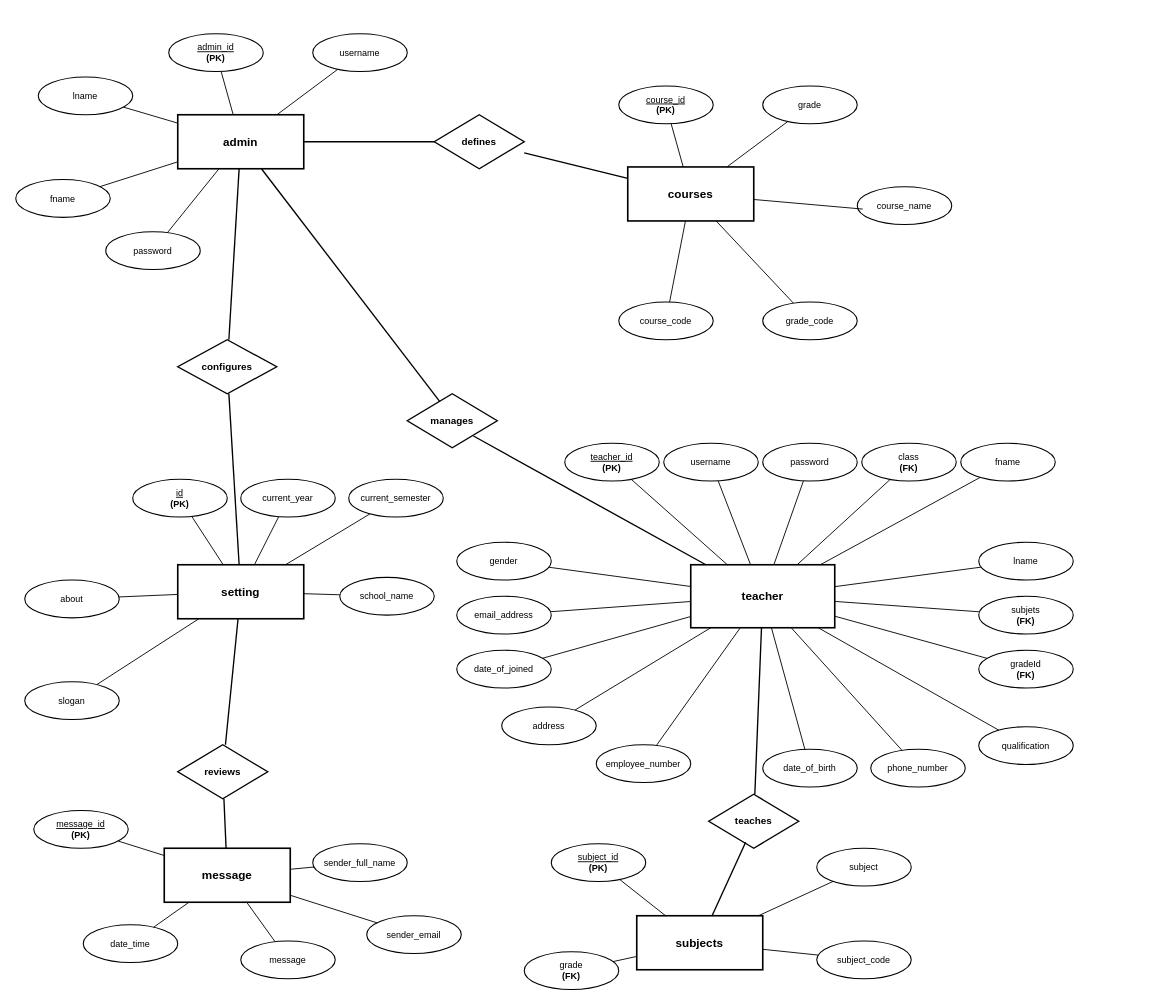
Before: admin_teacher.drawio in aman2910sm-code/schoole, a draw.io diagram. Source tidied: cells renumbered, new cells numbered last; positions are measured from the earlier drawing's top-left corner, leaving out a move shared by most shapes. Both pictures are drawn from the tidied source at 90%, with x=0, y=0 at pixel (15, 33).
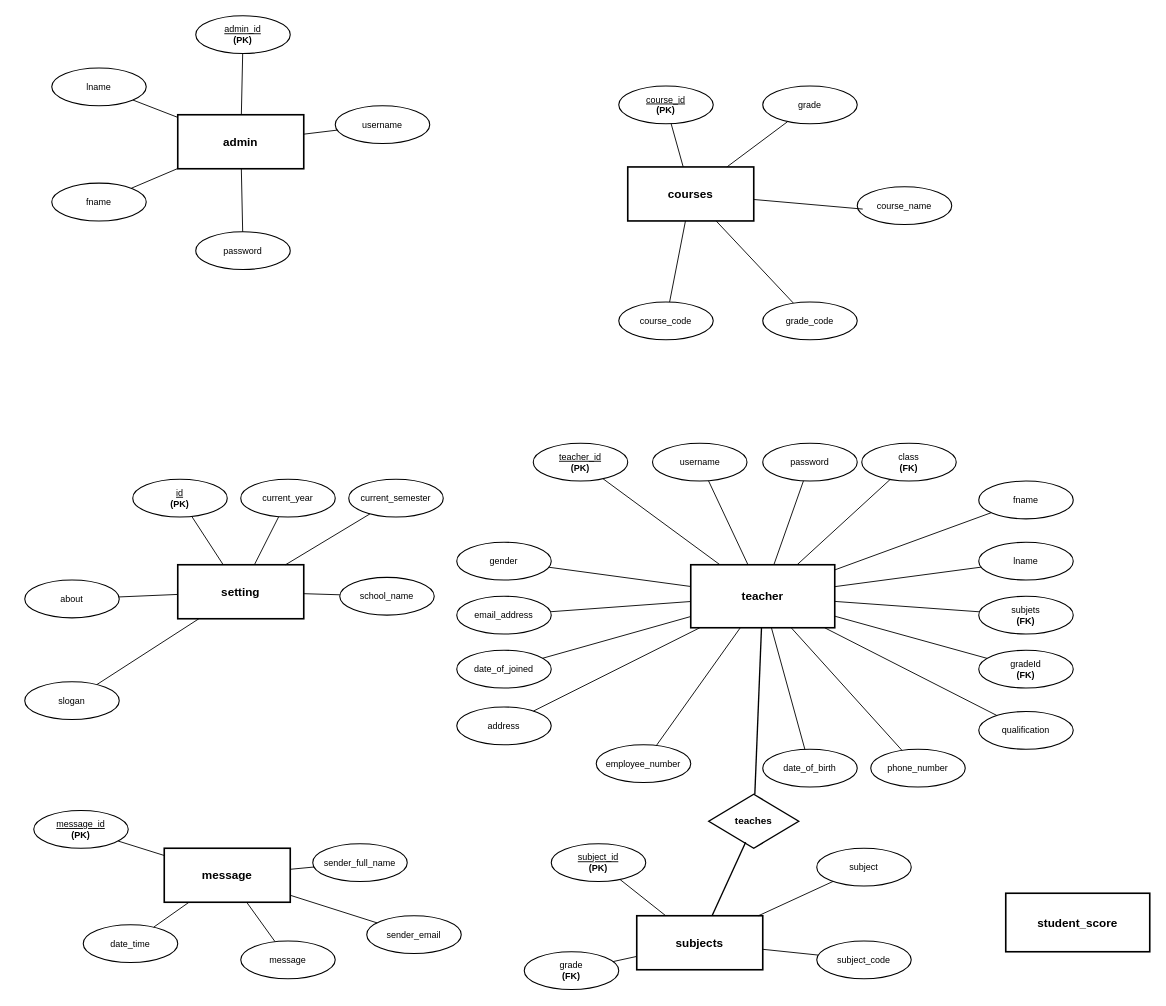
The same page after the edit.

Unchanged cells that the change refers to:
```xml
<mxCell id="2" value="&lt;b&gt;admin&lt;/b&gt;" style="rounded=0;whiteSpace=wrap;html=1;fillColor=#FFFFFF;strokeColor=#000000;strokeWidth=1.8;fontColor=#000000;fontSize=13;fontStyle=1;align=center;verticalAlign=middle;" parent="1" vertex="1">
  <mxGeometry x="180" y="90" width="140" height="60" as="geometry" />
</mxCell>
<mxCell id="13" value="&lt;b&gt;setting&lt;/b&gt;" style="rounded=0;whiteSpace=wrap;html=1;fillColor=#FFFFFF;strokeColor=#000000;strokeWidth=1.8;fontColor=#000000;fontSize=13;fontStyle=1;align=center;verticalAlign=middle;" parent="1" vertex="1">
  <mxGeometry x="180" y="590" width="140" height="60" as="geometry" />
</mxCell>
<mxCell id="26" value="&lt;b&gt;message&lt;/b&gt;" style="rounded=0;whiteSpace=wrap;html=1;fillColor=#FFFFFF;strokeColor=#000000;strokeWidth=1.8;fontColor=#000000;fontSize=13;fontStyle=1;align=center;verticalAlign=middle;" parent="1" vertex="1">
  <mxGeometry x="165" y="905" width="140" height="60" as="geometry" />
</mxCell>
<mxCell id="37" value="&lt;b&gt;courses&lt;/b&gt;" style="rounded=0;whiteSpace=wrap;html=1;fillColor=#FFFFFF;strokeColor=#000000;strokeWidth=1.8;fontColor=#000000;fontSize=13;fontStyle=1;align=center;verticalAlign=middle;" parent="1" vertex="1">
  <mxGeometry x="680" y="148" width="140" height="60" as="geometry" />
</mxCell>
<mxCell id="48" value="&lt;b&gt;teacher&lt;/b&gt;" style="rounded=0;whiteSpace=wrap;html=1;fillColor=#FFFFFF;strokeColor=#000000;strokeWidth=1.8;fontColor=#000000;fontSize=13;fontStyle=1;align=center;verticalAlign=middle;" parent="1" vertex="1">
  <mxGeometry x="750" y="590" width="160" height="70" as="geometry" />
</mxCell>
<mxCell id="81" value="&lt;b&gt;subjects&lt;/b&gt;" style="rounded=0;whiteSpace=wrap;html=1;fillColor=#FFFFFF;strokeColor=#000000;strokeWidth=1.8;fontColor=#000000;fontSize=13;fontStyle=1;align=center;verticalAlign=middle;" parent="1" vertex="1">
  <mxGeometry x="690" y="980" width="140" height="60" as="geometry" />
</mxCell>
```

Change to the diagram source:
```diff
@@
     <mxCell id="3" value="&lt;u&gt;admin_id&lt;/u&gt;&lt;br/&gt;&lt;b&gt;(PK)&lt;/b&gt;" style="ellipse;whiteSpace=wrap;html=1;fillColor=#FFFFFF;strokeColor=#000000;strokeWidth=1.2;fontColor=#000000;fontSize=10;align=center;verticalAlign=middle;" parent="1" vertex="1">
-      <mxGeometry x="170" width="105" height="42" as="geometry" />
+      <mxGeometry x="200" y="-20" width="105" height="42" as="geometry" />
     </mxCell>
@@
     <mxCell id="5" value="username" style="ellipse;whiteSpace=wrap;html=1;fillColor=#FFFFFF;strokeColor=#000000;strokeWidth=1.2;fontColor=#000000;fontSize=10;align=center;verticalAlign=middle;" parent="1" vertex="1">
-      <mxGeometry x="330" width="105" height="42" as="geometry" />
+      <mxGeometry x="355" y="80" width="105" height="42" as="geometry" />
     </mxCell>
@@
     <mxCell id="7" value="password" style="ellipse;whiteSpace=wrap;html=1;fillColor=#FFFFFF;strokeColor=#000000;strokeWidth=1.2;fontColor=#000000;fontSize=10;align=center;verticalAlign=middle;" parent="1" vertex="1">
-      <mxGeometry x="100" y="220" width="105" height="42" as="geometry" />
+      <mxGeometry x="200" y="220" width="105" height="42" as="geometry" />
     </mxCell>
@@
     <mxCell id="9" value="fname" style="ellipse;whiteSpace=wrap;html=1;fillColor=#FFFFFF;strokeColor=#000000;strokeWidth=1.2;fontColor=#000000;fontSize=10;align=center;verticalAlign=middle;" parent="1" vertex="1">
-      <mxGeometry y="162" width="105" height="42" as="geometry" />
+      <mxGeometry x="40" y="166" width="105" height="42" as="geometry" />
     </mxCell>
@@
     <mxCell id="11" value="lname" style="ellipse;whiteSpace=wrap;html=1;fillColor=#FFFFFF;strokeColor=#000000;strokeWidth=1.2;fontColor=#000000;fontSize=10;align=center;verticalAlign=middle;" parent="1" vertex="1">
-      <mxGeometry x="25" y="48" width="105" height="42" as="geometry" />
+      <mxGeometry x="40" y="38" width="105" height="42" as="geometry" />
     </mxCell>
@@
     <mxCell id="49" value="&lt;u&gt;teacher_id&lt;/u&gt;&lt;br/&gt;&lt;b&gt;(PK)&lt;/b&gt;" style="ellipse;whiteSpace=wrap;html=1;fillColor=#FFFFFF;strokeColor=#000000;strokeWidth=1.2;fontColor=#000000;fontSize=10;align=center;verticalAlign=middle;" parent="1" vertex="1">
-      <mxGeometry x="610" y="455" width="105" height="42" as="geometry" />
+      <mxGeometry x="575" y="455" width="105" height="42" as="geometry" />
     </mxCell>
@@
     <mxCell id="51" value="username" style="ellipse;whiteSpace=wrap;html=1;fillColor=#FFFFFF;strokeColor=#000000;strokeWidth=1.2;fontColor=#000000;fontSize=10;align=center;verticalAlign=middle;" parent="1" vertex="1">
-      <mxGeometry x="720" y="455" width="105" height="42" as="geometry" />
+      <mxGeometry x="707.5" y="455" width="105" height="42" as="geometry" />
     </mxCell>
@@
     <mxCell id="57" value="fname" style="ellipse;whiteSpace=wrap;html=1;fillColor=#FFFFFF;strokeColor=#000000;strokeWidth=1.2;fontColor=#000000;fontSize=10;align=center;verticalAlign=middle;" parent="1" vertex="1">
-      <mxGeometry x="1050" y="455" width="105" height="42" as="geometry" />
+      <mxGeometry x="1070" y="497" width="105" height="42" as="geometry" />
     </mxCell>
@@
     <mxCell id="65" value="address" style="ellipse;whiteSpace=wrap;html=1;fillColor=#FFFFFF;strokeColor=#000000;strokeWidth=1.2;fontColor=#000000;fontSize=10;align=center;verticalAlign=middle;" parent="1" vertex="1">
-      <mxGeometry x="540" y="748" width="105" height="42" as="geometry" />
+      <mxGeometry x="490" y="748" width="105" height="42" as="geometry" />
     </mxCell>
@@
     <mxCell id="73" value="qualification" style="ellipse;whiteSpace=wrap;html=1;fillColor=#FFFFFF;strokeColor=#000000;strokeWidth=1.2;fontColor=#000000;fontSize=10;align=center;verticalAlign=middle;" parent="1" vertex="1">
-      <mxGeometry x="1070" y="770" width="105" height="42" as="geometry" />
+      <mxGeometry x="1070" y="753" width="105" height="42" as="geometry" />
     </mxCell>
@@
-    <mxCell id="82" value="&lt;u&gt;subject_id&lt;/u&gt;&lt;br/&gt;&lt;b&gt;(PK)&lt;/b&gt;" style="ellipse;whiteSpace=wrap;html=1;fillColor=#FFFFFF;strokeColor=#000000;strokeWidth=1.2;fontColor=#000000;fontSize=10;align=center;verticalAlign=middle;" parent="1" vertex="1">
-      <mxGeometry x="595" y="900" width="105" height="42" as="geometry" />
-    </mxCell>
-    <mxCell id="83" style="edgeStyle=none;rounded=0;html=1;endArrow=none;strokeColor=#000000;strokeWidth=1;" parent="1" edge="1" source="81" target="82">
-      <mxGeometry relative="1" as="geometry" />
+    <mxCell id="83" style="edgeStyle=none;rounded=0;html=1;endArrow=none;strokeColor=#000000;strokeWidth=1;" parent="1" edge="1" source="81">
+      <mxGeometry relative="1" as="geometry">
+        <mxPoint x="671.4" y="939.7" as="targetPoint" />
+      </mxGeometry>
     </mxCell>
@@
-    <mxCell id="90" value="&lt;b&gt;configures&lt;/b&gt;" style="shape=rhombus;whiteSpace=wrap;html=1;fillColor=#FFFFFF;strokeColor=#000000;strokeWidth=1.5;fontColor=#000000;fontSize=11;align=center;verticalAlign=middle;" parent="1" vertex="1">
-      <mxGeometry x="180" y="340" width="110" height="60" as="geometry" />
-    </mxCell>
-    <mxCell id="91" style="edgeStyle=none;rounded=0;html=1;endArrow=none;strokeColor=#000000;strokeWidth=1.5;" parent="1" edge="1" source="2" target="90">
-      <mxGeometry relative="1" as="geometry" />
-    </mxCell>
-    <mxCell id="92" style="edgeStyle=none;rounded=0;html=1;endArrow=none;strokeColor=#000000;strokeWidth=1.5;" parent="1" edge="1" source="13" target="90">
-      <mxGeometry relative="1" as="geometry" />
-    </mxCell>
-    <mxCell id="93" value="&lt;b&gt;reviews&lt;/b&gt;" style="shape=rhombus;whiteSpace=wrap;html=1;fillColor=#FFFFFF;strokeColor=#000000;strokeWidth=1.5;fontColor=#000000;fontSize=11;align=center;verticalAlign=middle;" parent="1" vertex="1">
-      <mxGeometry x="180" y="790" width="100" height="60" as="geometry" />
-    </mxCell>
-    <mxCell id="94" style="edgeStyle=none;rounded=0;html=1;endArrow=none;strokeColor=#000000;strokeWidth=1.5;" parent="1" edge="1" source="13" target="93">
-      <mxGeometry relative="1" as="geometry" />
-    </mxCell>
-    <mxCell id="95" style="edgeStyle=none;rounded=0;html=1;endArrow=none;strokeColor=#000000;strokeWidth=1.5;" parent="1" edge="1" source="26" target="93">
-      <mxGeometry relative="1" as="geometry" />
-    </mxCell>
-    <mxCell id="96" value="&lt;b&gt;manages&lt;/b&gt;" style="shape=rhombus;whiteSpace=wrap;html=1;fillColor=#FFFFFF;strokeColor=#000000;strokeWidth=1.5;fontColor=#000000;fontSize=11;align=center;verticalAlign=middle;" parent="1" vertex="1">
-      <mxGeometry x="435" y="400" width="100" height="60" as="geometry" />
-    </mxCell>
-    <mxCell id="97" style="edgeStyle=none;rounded=0;html=1;endArrow=none;strokeColor=#000000;strokeWidth=1.5;entryX=0.362;entryY=0.146;entryDx=0;entryDy=0;entryPerimeter=0;" parent="1" edge="1" source="2" target="96">
-      <mxGeometry relative="1" as="geometry" />
-    </mxCell>
-    <mxCell id="98" style="edgeStyle=none;rounded=0;html=1;endArrow=none;strokeColor=#000000;strokeWidth=1.5;entryX=0.736;entryY=0.783;entryDx=0;entryDy=0;entryPerimeter=0;" parent="1" edge="1" source="48" target="96">
-      <mxGeometry relative="1" as="geometry" />
-    </mxCell>
-    <mxCell id="99" value="&lt;b&gt;defines&lt;/b&gt;" style="shape=rhombus;whiteSpace=wrap;html=1;fillColor=#FFFFFF;strokeColor=#000000;strokeWidth=1.5;fontColor=#000000;fontSize=11;align=center;verticalAlign=middle;" parent="1" vertex="1">
-      <mxGeometry x="465" y="90" width="100" height="60" as="geometry" />
-    </mxCell>
-    <mxCell id="100" style="edgeStyle=none;rounded=0;html=1;endArrow=none;strokeColor=#000000;strokeWidth=1.5;" parent="1" edge="1" source="2" target="99">
-      <mxGeometry relative="1" as="geometry" />
-    </mxCell>
-    <mxCell id="101" style="edgeStyle=none;rounded=0;html=1;endArrow=none;strokeColor=#000000;strokeWidth=1.5;" parent="1" edge="1" source="37" target="99">
-      <mxGeometry relative="1" as="geometry" />
-    </mxCell>
@@
+    <mxCell id="82" value="&lt;u&gt;subject_id&lt;/u&gt;&lt;br/&gt;&lt;b&gt;(PK)&lt;/b&gt;" style="ellipse;whiteSpace=wrap;html=1;fillColor=#FFFFFF;strokeColor=#000000;strokeWidth=1.2;fontColor=#000000;fontSize=10;align=center;verticalAlign=middle;" parent="1" vertex="1">
+      <mxGeometry x="595" y="900" width="105" height="42" as="geometry" />
+    </mxCell>
+    <mxCell id="105" value="&lt;b&gt;student_score&lt;/b&gt;" style="rounded=0;whiteSpace=wrap;html=1;fillColor=#FFFFFF;strokeColor=#000000;strokeWidth=1.8;fontColor=#000000;fontSize=13;fontStyle=1;align=center;verticalAlign=middle;" parent="1" vertex="1">
+      <mxGeometry x="1100" y="955" width="160" height="65" as="geometry" />
+    </mxCell>
```
